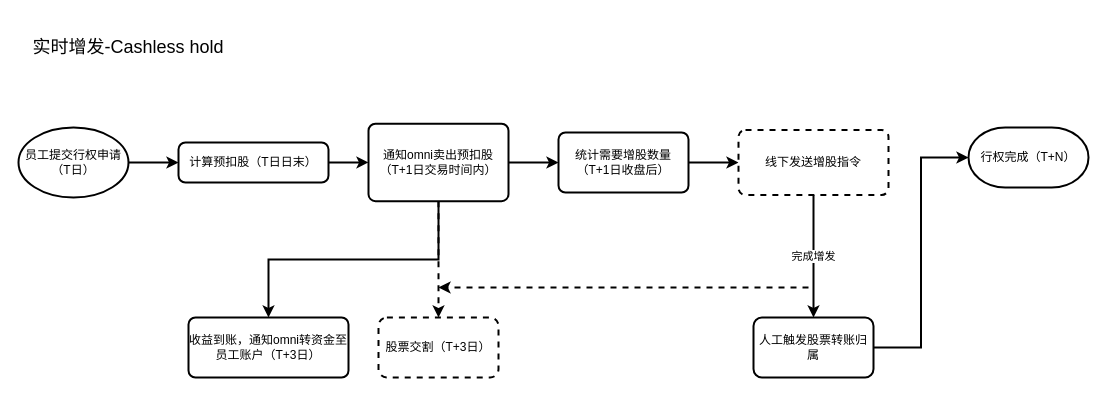
This is 实时增发-Cashless hold.drawio from fengyong7723131/xiaoye, a draw.io file, before an edit. Source tidied: cells renumbered, new cells numbered last; positions are measured from the earlier drawing's top-left corner, leaving out a move shared by most shapes. Both pictures are drawn from the tidied source at 100%, with x=0, y=0 at pixel (18, 17).
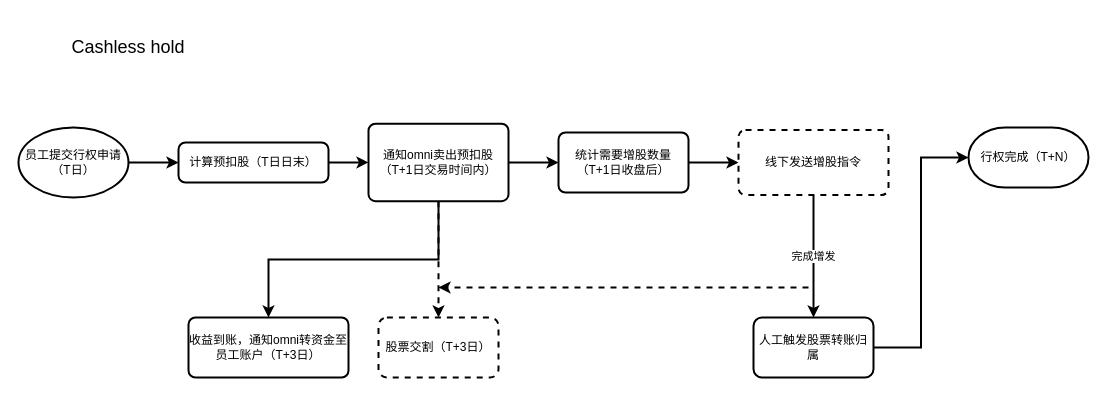
The same diagram, later.

Commit message:
更新实时增发-Cashless hold.drawio

The edit, as a diff of the source:
```diff
@@
-    <mxCell id="2" value="&lt;font style=&quot;font-size: 18px&quot;&gt;实时增发-Cashless hold&lt;/font&gt;" style="rounded=1;whiteSpace=wrap;html=1;strokeColor=none;" parent="1" vertex="1">
+    <mxCell id="2" value="&lt;font style=&quot;font-size: 18px&quot;&gt;Cashless hold&lt;/font&gt;" style="rounded=1;whiteSpace=wrap;html=1;strokeColor=none;" parent="1" vertex="1">
       <mxGeometry width="220" height="60" as="geometry" />
     </mxCell>
```
